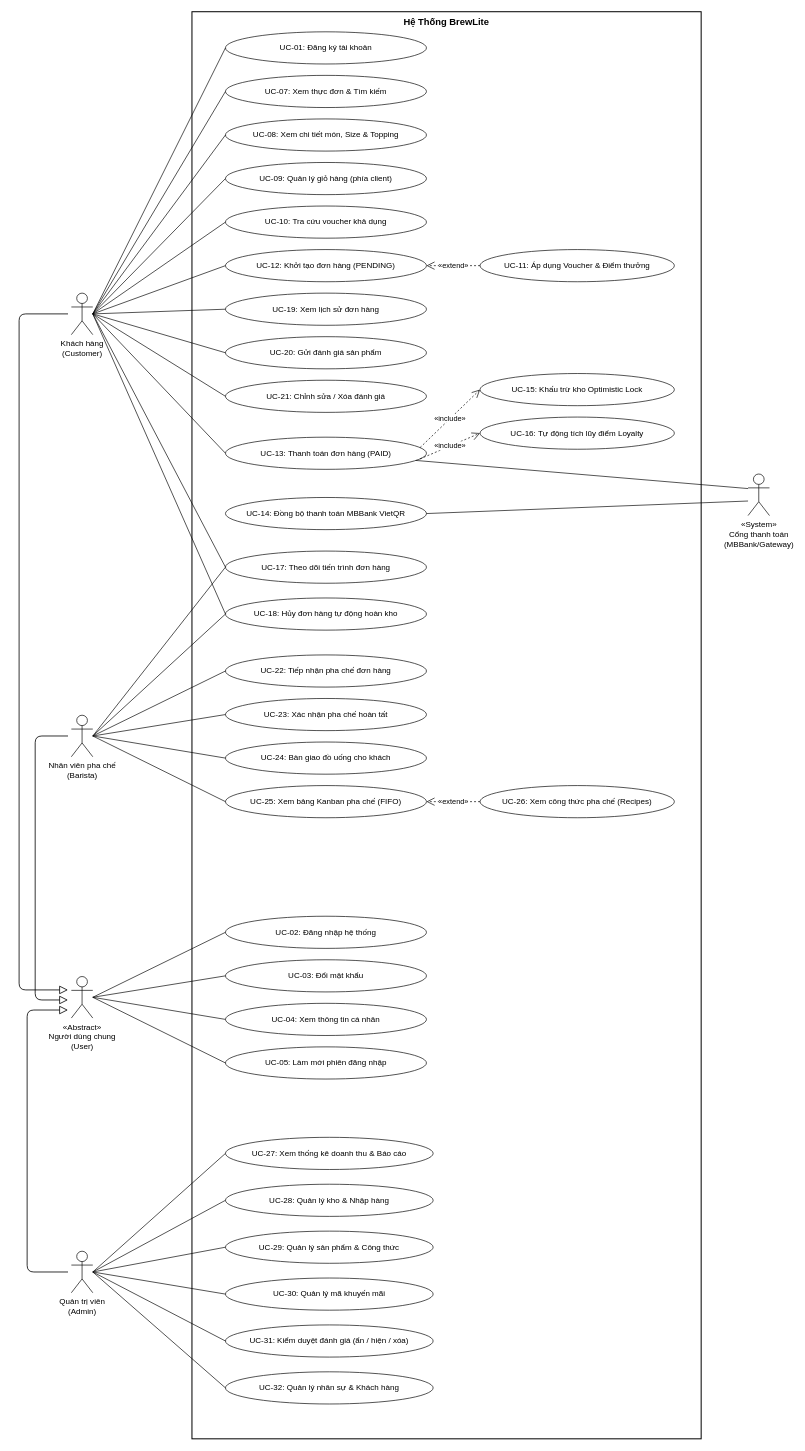
Above: docs/diagrams/usecases/01-usecase-overall.drawio in hanhdevsgu/BrewLite-Assignment2 (draw.io), before the change. Source tidied: cells renumbered, new cells numbered last; positions are measured from the earlier drawing's top-left corner, leaving out a move shared by most shapes. Both pictures are drawn from the tidied source at 67%, with x=0, y=0 at pixel (19, 11).
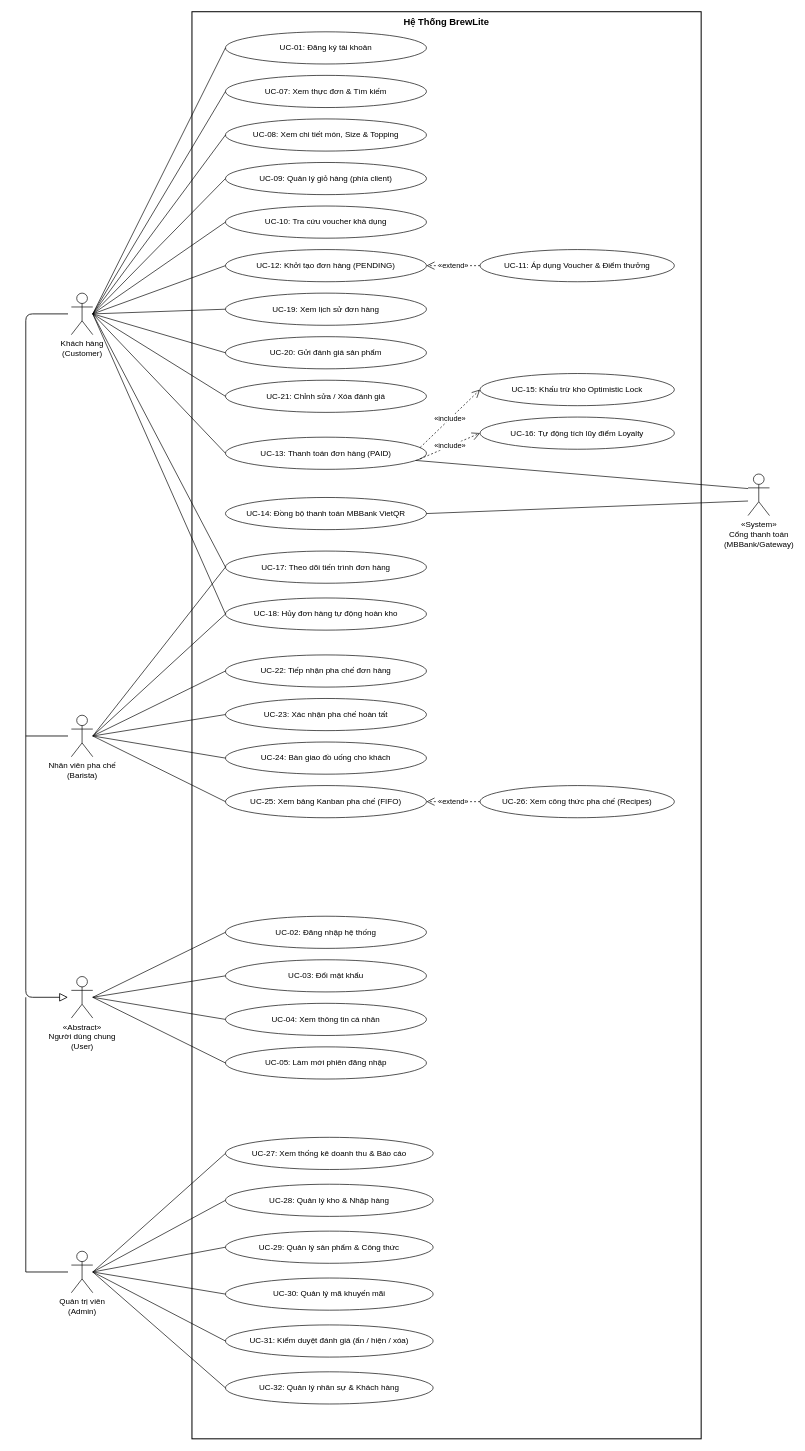
Above is the later version.

Commit message (it also covers changes not shown here):
docs(diagrams): straighten transitions and merge shared branches in Activity and Usecase 01

What changed in the source:
```diff
@@
-    <mxCell id="73" style="endArrow=block;endFill=0;endSize=10;html=1;strokeColor=#000000;strokeWidth=1.2;" parent="1" edge="1">
-      <mxGeometry relative="1" as="geometry">
-        <mxPoint x="73" y="451" as="sourcePoint" />
-        <mxPoint x="73" y="1460" as="targetPoint" />
-        <Array as="points">
-          <mxPoint y="451" />
-          <mxPoint y="1460" />
-        </Array>
-      </mxGeometry>
-    </mxCell>
+    <mxCell id="76" style="endArrow=block;endFill=0;endSize=10;html=1;strokeColor=#000000;strokeWidth=1.2;" parent="1" edge="1">
+      <mxGeometry relative="1" as="geometry">
+        <mxPoint x="73" y="451" as="sourcePoint" />
+        <mxPoint x="73" y="1471" as="targetPoint" />
+        <Array as="points">
+          <mxPoint x="10" y="451" />
+          <mxPoint x="10" y="1471" />
+        </Array>
+      </mxGeometry>
+    </mxCell>
-    <mxCell id="74" style="endArrow=block;endFill=0;endSize=10;html=1;strokeColor=#000000;strokeWidth=1.2;" parent="1" edge="1">
+    <mxCell id="74" style="edgeStyle=orthogonalEdgeStyle;rounded=0;orthogonalLoop=1;jettySize=auto;html=1;endArrow=none;strokeWidth=1.2;strokeColor=#000000;" parent="1" edge="1">
       <mxGeometry relative="1" as="geometry">
         <mxPoint x="73" y="1081" as="sourcePoint" />
-        <mxPoint x="73" y="1475" as="targetPoint" />
-        <Array as="points">
-          <mxPoint x="24" y="1081" />
-          <mxPoint x="24" y="1475" />
-        </Array>
+        <mxPoint x="10" y="1081" as="targetPoint" />
       </mxGeometry>
     </mxCell>
-    <mxCell id="75" style="endArrow=block;endFill=0;endSize=10;html=1;strokeColor=#000000;strokeWidth=1.2;" parent="1" edge="1">
+    <mxCell id="75" style="edgeStyle=orthogonalEdgeStyle;rounded=0;orthogonalLoop=1;jettySize=auto;html=1;endArrow=none;strokeWidth=1.2;strokeColor=#000000;" parent="1" edge="1">
       <mxGeometry relative="1" as="geometry">
         <mxPoint x="73" y="1881" as="sourcePoint" />
-        <mxPoint x="73" y="1490" as="targetPoint" />
+        <mxPoint x="10" y="1471" as="targetPoint" />
         <Array as="points">
-          <mxPoint x="12" y="1881" />
-          <mxPoint x="12" y="1490" />
+          <mxPoint x="10" y="1881" />
         </Array>
       </mxGeometry>
     </mxCell>
```
